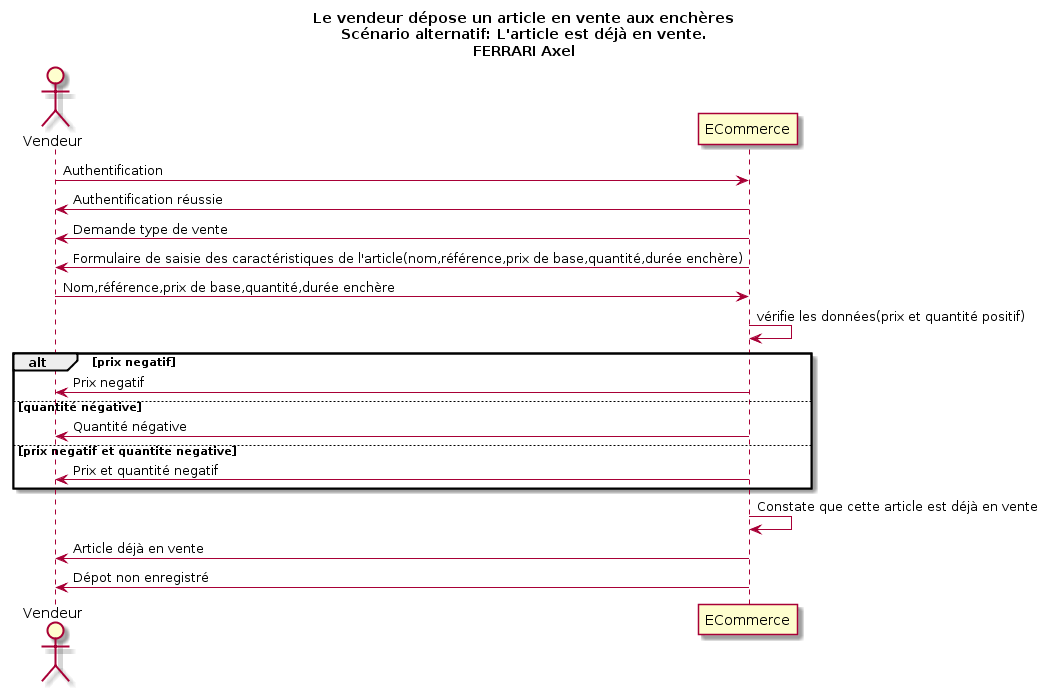
This is DiagSequence/Vendeur/Deposer un article/Deposer un article en vente aux enchères L article est deja en vente.png from Moinketroa/Ebayz, a PlantUML export, as it was before one commit.
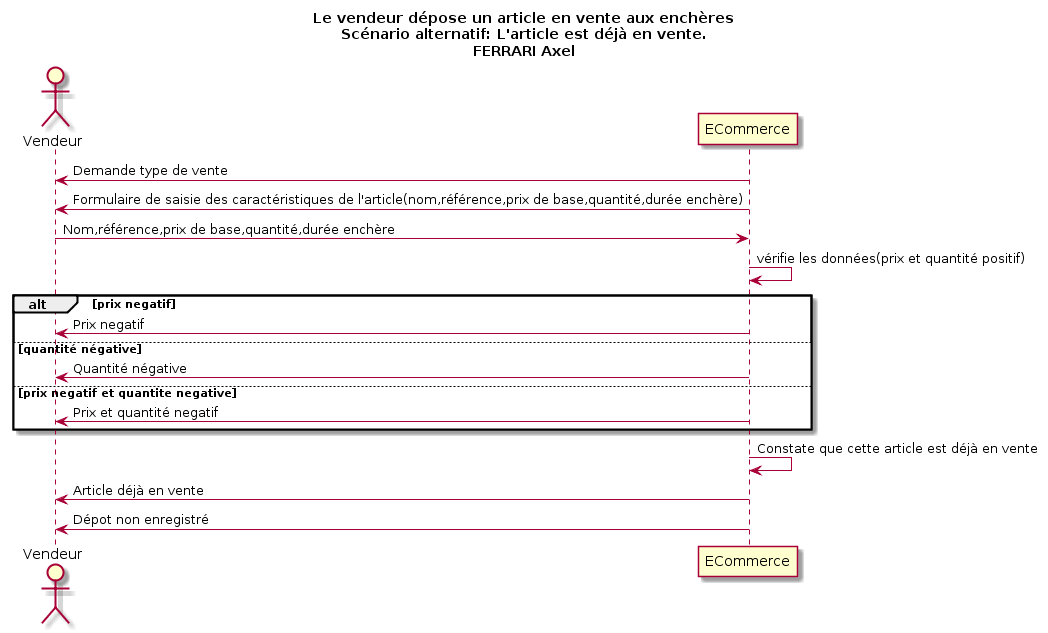
The same file after the commit.

The edit, as a diff of the source:
```diff
@@ -3,8 +3,6 @@
 Actor Vendeur as v
 participant ECommerce as a
 
-v -> a : Authentification
-v <- a : Authentification réussie
 v <- a : Demande type de vente
 v <- a : Formulaire de saisie des caractéristiques de l'article(nom,référence,prix de base,quantité,durée enchère)
 v -> a : Nom,référence,prix de base,quantité,durée enchère
```
